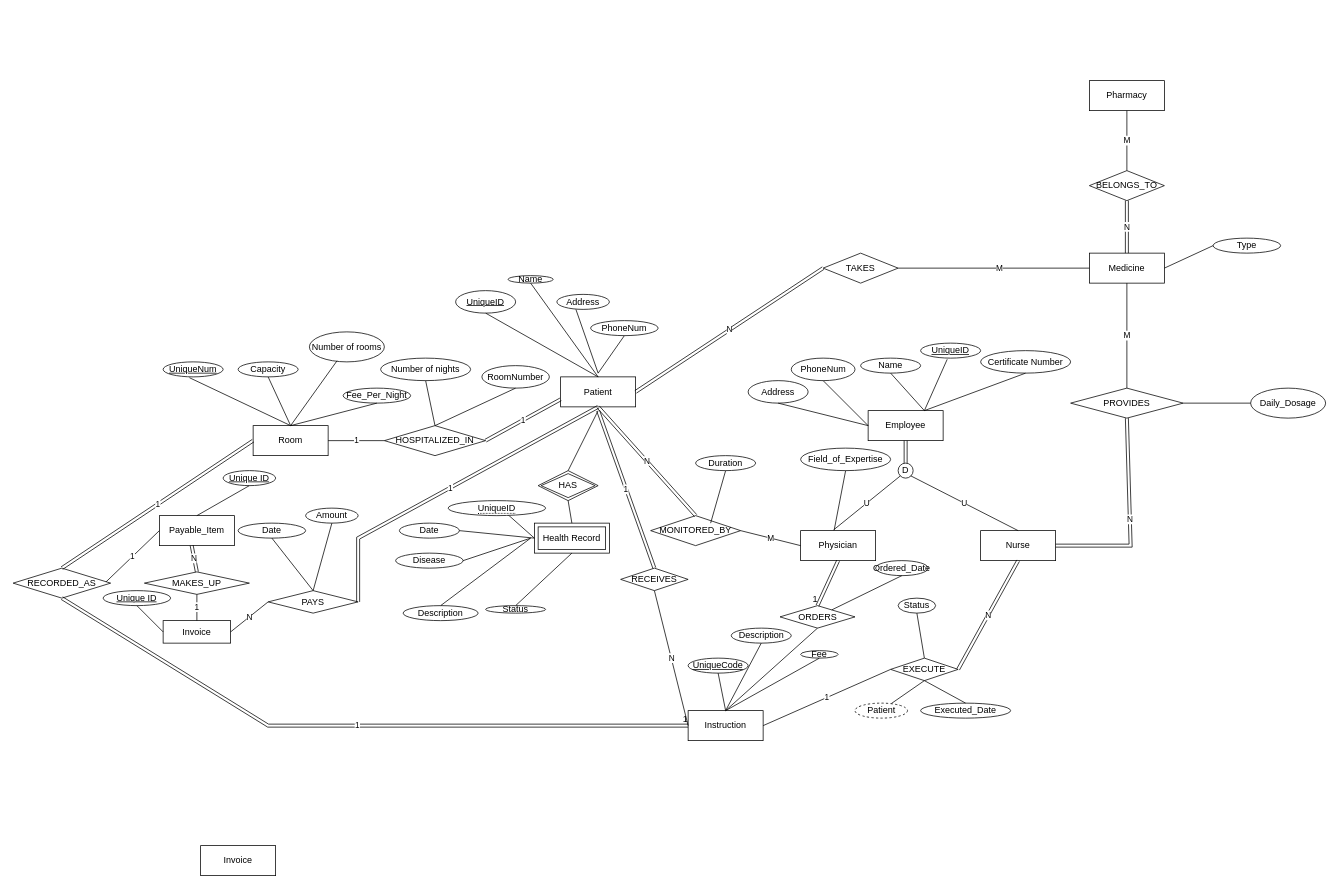
Above: Project Diagram.drawio in saiaungkyawmaw/ER-diagram_DatabaseClass (draw.io), before the change. Source tidied: cells renumbered, new cells numbered last; positions are measured from the earlier drawing's top-left corner, leaving out a move shared by most shapes. Both pictures are drawn from the tidied source at 75%, with x=0, y=0 at pixel (13, 80).
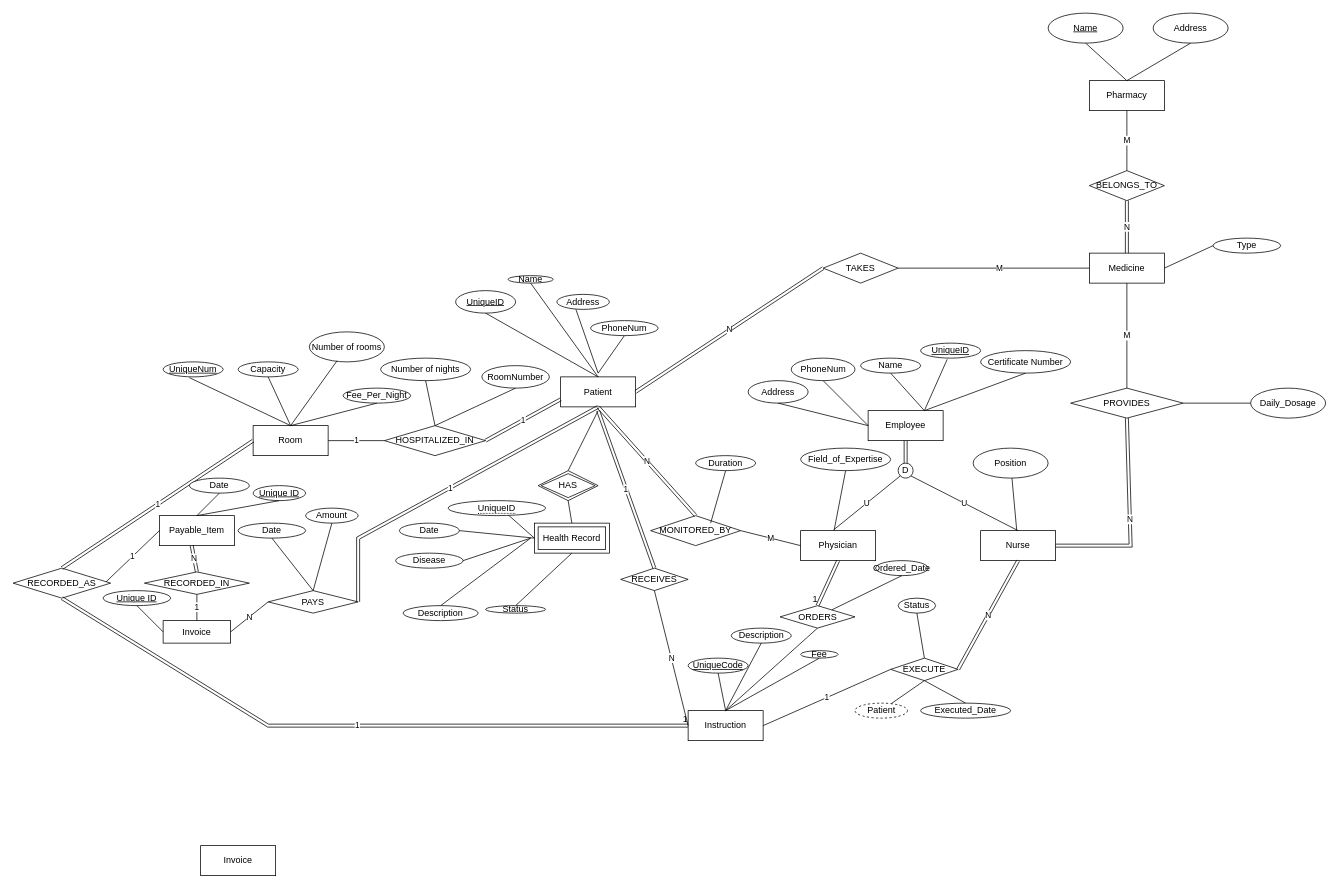
The same diagram, later.

Unchanged cells that the change refers to:
```xml
<mxCell id="5" value="Payable_Item" style="whiteSpace=wrap;html=1;align=center;" parent="1" vertex="1">
  <mxGeometry x="195" y="580" width="100" height="40" as="geometry" />
</mxCell>
<mxCell id="7" value="Nurse" style="whiteSpace=wrap;html=1;align=center;" parent="1" vertex="1">
  <mxGeometry x="1290" y="600" width="100" height="40" as="geometry" />
</mxCell>
<mxCell id="88" value="Pharmacy" style="whiteSpace=wrap;html=1;align=center;" parent="1" vertex="1">
  <mxGeometry x="1435" width="100" height="40" as="geometry" />
</mxCell>
```

Diff of the diagram source:
```diff
@@
-    <mxCell id="119" value="MAKES_UP" style="shape=rhombus;perimeter=rhombusPerimeter;whiteSpace=wrap;html=1;align=center;" parent="1" vertex="1">
+    <mxCell id="119" value="RECORDED_IN" style="shape=rhombus;perimeter=rhombusPerimeter;whiteSpace=wrap;html=1;align=center;" parent="1" vertex="1">
       <mxGeometry x="175" y="655" width="140" height="30" as="geometry" />
     </mxCell>
@@
     <mxCell id="122" value="Unique ID" style="ellipse;whiteSpace=wrap;html=1;align=center;fontStyle=4;" parent="1" vertex="1">
-      <mxGeometry x="280" y="520" width="70" height="20" as="geometry" />
+      <mxGeometry x="320" y="540" width="70" height="20" as="geometry" />
     </mxCell>
@@
+    <mxCell id="127" value="Address" style="ellipse;whiteSpace=wrap;html=1;align=center;" parent="1" vertex="1">
+      <mxGeometry x="1520" y="-90" width="100" height="40" as="geometry" />
+    </mxCell>
+    <mxCell id="128" value="Name" style="ellipse;whiteSpace=wrap;html=1;align=center;fontStyle=4;" parent="1" vertex="1">
+      <mxGeometry x="1380" y="-90" width="100" height="40" as="geometry" />
+    </mxCell>
+    <mxCell id="129" style="endArrow=none;html=1;rounded=0;exitX=0.5;exitY=1;exitDx=0;exitDy=0;entryX=0.5;entryY=0;entryDx=0;entryDy=0;" parent="1" edge="1" source="128" target="88">
+      <mxGeometry relative="1" as="geometry" />
+    </mxCell>
+    <mxCell id="130" style="endArrow=none;html=1;rounded=0;entryX=0.5;entryY=1;entryDx=0;entryDy=0;exitX=0.5;exitY=0;exitDx=0;exitDy=0;" parent="1" edge="1" source="88" target="127">
+      <mxGeometry relative="1" as="geometry" />
+    </mxCell>
+    <mxCell id="131" value="Position" style="ellipse;whiteSpace=wrap;html=1;align=center;" parent="1" vertex="1">
+      <mxGeometry x="1280" y="490" width="100" height="40" as="geometry" />
+    </mxCell>
+    <mxCell id="132" style="endArrow=none;html=1;rounded=0;" parent="1" edge="1" source="131" target="7">
+      <mxGeometry relative="1" as="geometry" />
+    </mxCell>
+    <mxCell id="133" value="Date" style="ellipse;whiteSpace=wrap;html=1;align=center;" parent="1" vertex="1">
+      <mxGeometry x="235" y="530" width="80" height="20" as="geometry" />
+    </mxCell>
+    <mxCell id="134" style="endArrow=none;html=1;rounded=0;exitX=0.5;exitY=1;exitDx=0;exitDy=0;entryX=0.5;entryY=0;entryDx=0;entryDy=0;" parent="1" edge="1" source="133" target="5">
+      <mxGeometry relative="1" as="geometry" />
+    </mxCell>
```
